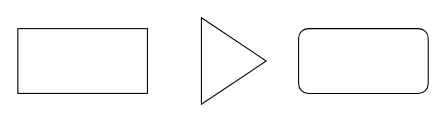
Before: first.drawio in ytlyy1773/draw.io, a draw.io diagram. Source tidied: cells renumbered, new cells numbered last; positions are measured from the earlier drawing's top-left corner, leaving out a move shared by most shapes. Both pictures are drawn from the tidied source at 108%, with x=0, y=0 at pixel (17, 17).
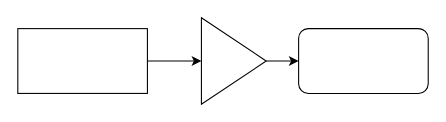
The same diagram, later.

What changed in the source:
```diff
@@
 <mxGraphModel>
   <root>
     <mxCell id="0" />
     <mxCell id="1" parent="0" />
+    <mxCell id="5" style="edgeStyle=orthogonalEdgeStyle;rounded=0;jettySize=auto;html=1;" parent="1" edge="1" source="2" target="4">
+      <mxGeometry relative="1" as="geometry" />
+    </mxCell>
     <mxCell id="2" style="rounded=0;whiteSpace=wrap;html=1;" parent="1" vertex="1">
       <mxGeometry y="10" width="120" height="60" as="geometry" />
     </mxCell>
     <mxCell id="3" style="rounded=1;whiteSpace=wrap;html=1;" parent="1" vertex="1">
       <mxGeometry x="260" y="10" width="120" height="60" as="geometry" />
     </mxCell>
+    <mxCell id="6" style="edgeStyle=orthogonalEdgeStyle;rounded=0;jettySize=auto;html=1;" parent="1" edge="1" source="4" target="3">
+      <mxGeometry relative="1" as="geometry" />
+    </mxCell>
     <mxCell id="4" style="triangle;whiteSpace=wrap;html=1;" parent="1" vertex="1">
       <mxGeometry x="170" width="60" height="80" as="geometry" />
     </mxCell>
   </root>
 </mxGraphModel>
```
